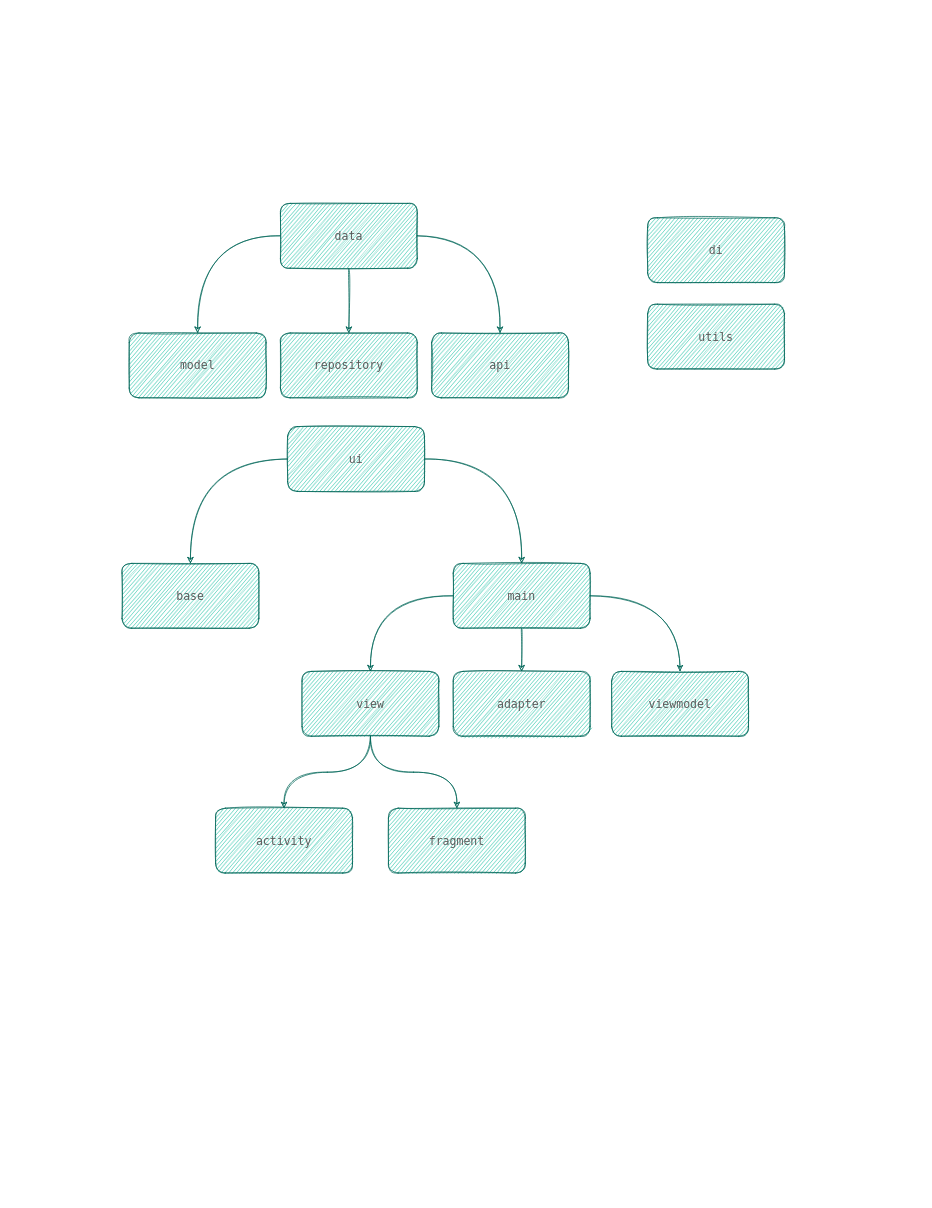
Above: MVVM-ANDROID-EXAM.drawio in elliot31878/MVVM (draw.io), before the change. Source tidied: cells renumbered, new cells numbered last; positions are measured from the earlier drawing's top-left corner, leaving out a move shared by most shapes. Both pictures are drawn from the tidied source at 72%, with x=0, y=0 at pixel (122, 203). Pictures stored in the file or linked from it are replaced by grey dashed boxes.
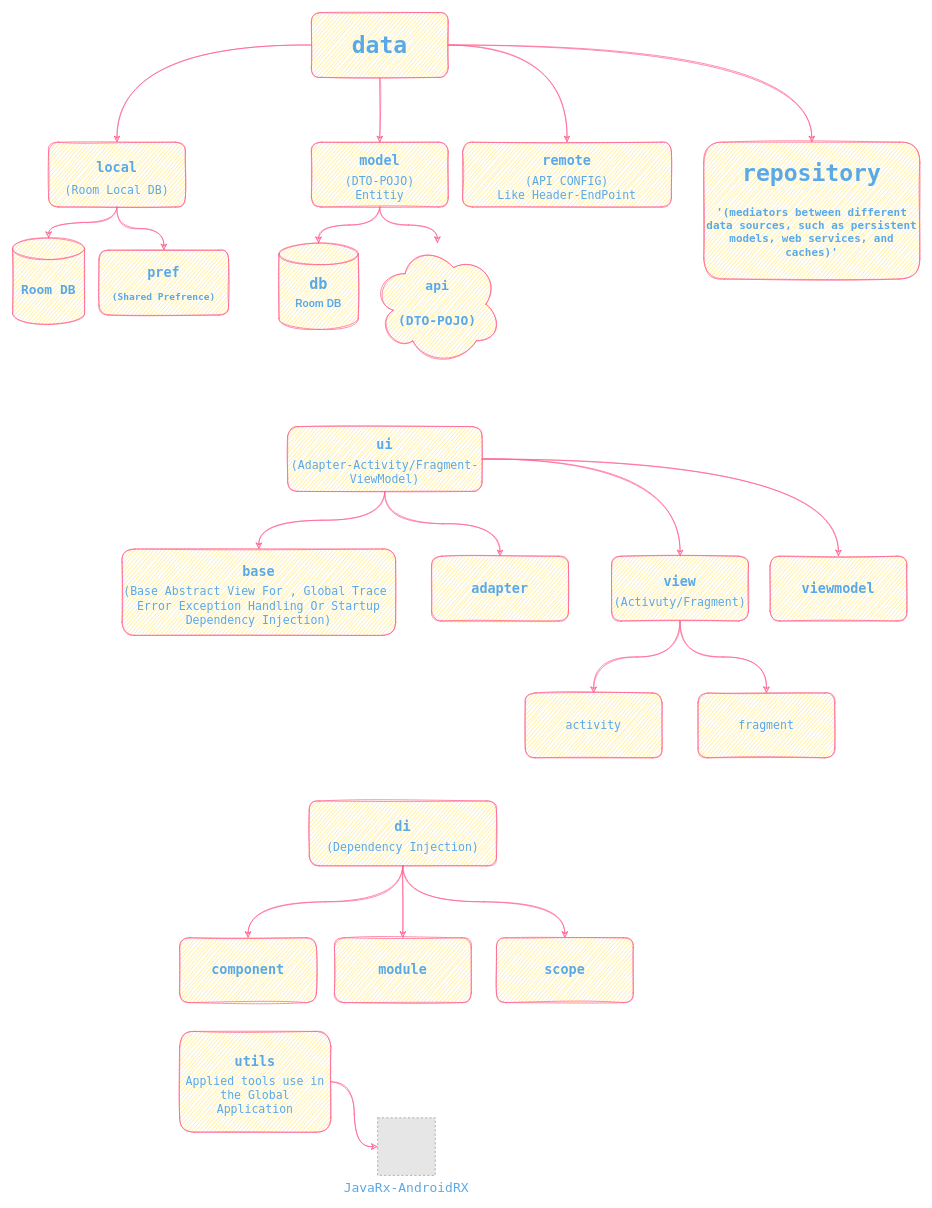
The same page after the edit.

Diff of the diagram source:
```diff
@@
+    <mxCell id="12" style="group;rounded=1;sketch=1;fontColor=#5AA9E6;" parent="1" vertex="1">
+      <mxGeometry y="310" width="890" height="450" as="geometry" />
+    </mxCell>
+    <mxCell id="14" value="&lt;div&gt;&lt;h3 style=&quot;line-height: 0%&quot;&gt;ui&lt;/h3&gt;&lt;/div&gt;&lt;div&gt;(Adapter-Activity/Fragment-ViewModel)&lt;br&gt;&lt;/div&gt;" style="whiteSpace=wrap;html=1;fontFamily=Lucida Console;fontSize=16;rounded=1;sketch=1;fillColor=#FFE45E;strokeColor=#FF6392;fontColor=#5AA9E6;" parent="12" vertex="1">
+      <mxGeometry x="230" width="270" height="90" as="geometry" />
+    </mxCell>
+    <mxCell id="16" value="&lt;div&gt;&lt;h3 style=&quot;line-height: 0%&quot;&gt;base&lt;/h3&gt;&lt;/div&gt;&lt;div&gt;(Base Abstract View For , Global Trace&amp;nbsp; Error Exception Handling Or Startup Dependency Injection)&lt;br&gt;&lt;/div&gt;" style="whiteSpace=wrap;html=1;fontFamily=Lucida Console;fontSize=16;rounded=1;sketch=1;fillColor=#FFE45E;strokeColor=#FF6392;fontColor=#5AA9E6;" parent="12" vertex="1">
+      <mxGeometry y="170" width="380" height="120" as="geometry" />
+    </mxCell>
+    <mxCell id="17" style="edgeStyle=orthogonalEdgeStyle;jettySize=auto;html=1;fontFamily=Lucida Console;fontSize=16;curved=1;sketch=1;strokeColor=#FF6392;fontColor=#5AA9E6;" parent="12" edge="1" source="14" target="16">
+      <mxGeometry relative="1" as="geometry" />
+    </mxCell>
+    <mxCell id="28" style="group;rounded=1;sketch=1;fontColor=#5AA9E6;" parent="12" vertex="1">
+      <mxGeometry x="560" y="180" width="530" height="280" as="geometry" />
+    </mxCell>
+    <mxCell id="18" value="activity" style="whiteSpace=wrap;html=1;fontFamily=Lucida Console;fontSize=16;rounded=1;sketch=1;fillColor=#FFE45E;strokeColor=#FF6392;fontColor=#5AA9E6;" parent="28" vertex="1">
+      <mxGeometry y="190" width="190" height="90" as="geometry" />
+    </mxCell>
+    <mxCell id="19" value="fragment" style="whiteSpace=wrap;html=1;fontFamily=Lucida Console;fontSize=16;rounded=1;sketch=1;fillColor=#FFE45E;strokeColor=#FF6392;fontColor=#5AA9E6;" parent="28" vertex="1">
+      <mxGeometry x="240" y="190" width="190" height="90" as="geometry" />
+    </mxCell>
+    <mxCell id="21" style="edgeStyle=orthogonalEdgeStyle;jettySize=auto;html=1;fontFamily=Lucida Console;fontSize=16;curved=1;sketch=1;strokeColor=#FF6392;fontColor=#5AA9E6;" parent="28" edge="1" source="23" target="18">
+      <mxGeometry relative="1" as="geometry" />
+    </mxCell>
+    <mxCell id="22" style="edgeStyle=orthogonalEdgeStyle;jettySize=auto;html=1;fontFamily=Lucida Console;fontSize=16;curved=1;sketch=1;strokeColor=#FF6392;fontColor=#5AA9E6;" parent="28" edge="1" source="23" target="19">
+      <mxGeometry relative="1" as="geometry" />
+    </mxCell>
+    <mxCell id="23" value="&lt;div&gt;&lt;h3 style=&quot;line-height: 0%&quot;&gt;view&lt;/h3&gt;&lt;/div&gt;&lt;div&gt;(Activuty/Fragment)&lt;br&gt;&lt;/div&gt;" style="whiteSpace=wrap;html=1;fontFamily=Lucida Console;fontSize=16;rounded=1;sketch=1;fillColor=#FFE45E;strokeColor=#FF6392;fontColor=#5AA9E6;" parent="28" vertex="1">
+      <mxGeometry x="120" width="190" height="90" as="geometry" />
+    </mxCell>
+    <mxCell id="24" value="&lt;h3&gt;viewmodel&lt;/h3&gt;" style="whiteSpace=wrap;html=1;fontFamily=Lucida Console;fontSize=16;rounded=1;sketch=1;fillColor=#FFE45E;strokeColor=#FF6392;fontColor=#5AA9E6;" parent="28" vertex="1">
+      <mxGeometry x="340" width="190" height="90" as="geometry" />
+    </mxCell>
+    <mxCell id="20" value="&lt;div&gt;&lt;h3&gt;adapter&lt;/h3&gt;&lt;/div&gt;" style="whiteSpace=wrap;html=1;fontFamily=Lucida Console;fontSize=16;rounded=1;sketch=1;fillColor=#FFE45E;strokeColor=#FF6392;fontColor=#5AA9E6;" parent="28" vertex="1">
+      <mxGeometry x="-130" width="190" height="90" as="geometry" />
+    </mxCell>
+    <mxCell id="13" style="edgeStyle=orthogonalEdgeStyle;jettySize=auto;html=1;fontFamily=Lucida Console;fontSize=16;entryX=0.5;entryY=0;entryDx=0;entryDy=0;curved=1;sketch=1;strokeColor=#FF6392;fontColor=#5AA9E6;" parent="12" edge="1" source="14" target="23">
+      <mxGeometry relative="1" as="geometry" />
+    </mxCell>
+    <mxCell id="29" style="edgeStyle=orthogonalEdgeStyle;jettySize=auto;html=1;exitX=1;exitY=0.5;exitDx=0;exitDy=0;curved=1;sketch=1;strokeColor=#FF6392;fontColor=#5AA9E6;" parent="12" edge="1" source="14" target="24">
+      <mxGeometry relative="1" as="geometry" />
+    </mxCell>
+    <mxCell id="30" style="edgeStyle=orthogonalEdgeStyle;jettySize=auto;html=1;curved=1;sketch=1;strokeColor=#FF6392;fontColor=#5AA9E6;" parent="12" edge="1" source="14" target="20">
+      <mxGeometry relative="1" as="geometry" />
+    </mxCell>
+    <mxCell id="31" style="group;rounded=1;sketch=1;fontColor=#5AA9E6;" parent="1" vertex="1">
+      <mxGeometry x="80" y="830" width="630" height="520" as="geometry" />
+    </mxCell>
+    <mxCell id="3" value="&lt;div&gt;&lt;h3 style=&quot;line-height: 0%&quot;&gt;utils&lt;/h3&gt;&lt;/div&gt;&lt;div&gt;Applied tools use in the Global Application&lt;br&gt;&lt;/div&gt;" style="whiteSpace=wrap;html=1;fontFamily=Lucida Console;fontSize=16;rounded=1;sketch=1;fillColor=#FFE45E;strokeColor=#FF6392;fontColor=#5AA9E6;" parent="31" vertex="1">
+      <mxGeometry y="320" width="210" height="140" as="geometry" />
+    </mxCell>
+    <mxCell id="32" style="group;rounded=1;sketch=1;fontColor=#5AA9E6;" parent="31" vertex="1">
+      <mxGeometry width="630" height="280" as="geometry" />
+    </mxCell>
+    <mxCell id="33" value="&lt;h3&gt;component&lt;/h3&gt;" style="whiteSpace=wrap;html=1;fontFamily=Lucida Console;fontSize=16;rounded=1;sketch=1;fillColor=#FFE45E;strokeColor=#FF6392;fontColor=#5AA9E6;" parent="32" vertex="1">
+      <mxGeometry y="190" width="190" height="90" as="geometry" />
+    </mxCell>
+    <mxCell id="34" value="&lt;div&gt;&lt;h3&gt;module&lt;/h3&gt;&lt;/div&gt;" style="whiteSpace=wrap;html=1;fontFamily=Lucida Console;fontSize=16;rounded=1;sketch=1;fillColor=#FFE45E;strokeColor=#FF6392;fontColor=#5AA9E6;" parent="32" vertex="1">
+      <mxGeometry x="215" y="190" width="190" height="90" as="geometry" />
+    </mxCell>
+    <mxCell id="35" value="&lt;h3&gt;scope&lt;/h3&gt;" style="whiteSpace=wrap;html=1;fontFamily=Lucida Console;fontSize=16;rounded=1;sketch=1;fillColor=#FFE45E;strokeColor=#FF6392;fontColor=#5AA9E6;" parent="32" vertex="1">
+      <mxGeometry x="440" y="190" width="190" height="90" as="geometry" />
+    </mxCell>
+    <mxCell id="36" style="group;rounded=1;sketch=1;fontColor=#5AA9E6;" parent="32" vertex="1">
+      <mxGeometry x="220" width="220" height="90" as="geometry" />
+    </mxCell>
-    <mxCell id="2" value="&lt;div&gt;di&lt;/div&gt;" style="whiteSpace=wrap;html=1;fontFamily=Lucida Console;fontSize=16;sketch=1;rounded=1;fillColor=#21C0A5;strokeColor=#006658;fontColor=#5C5C5C;" parent="1" vertex="1">
-      <mxGeometry x="730" y="20" width="190" height="90" as="geometry" />
+    <mxCell id="2" value="&lt;div&gt;&lt;h3 style=&quot;line-height: 0%&quot;&gt;di&lt;/h3&gt;&lt;/div&gt;&lt;div&gt;(Dependency Injection)&lt;br&gt;&lt;/div&gt;" style="whiteSpace=wrap;html=1;fontFamily=Lucida Console;fontSize=16;rounded=1;sketch=1;fillColor=#FFE45E;strokeColor=#FF6392;fontColor=#5AA9E6;" parent="36" vertex="1">
+      <mxGeometry x="-40" width="260" height="90" as="geometry" />
     </mxCell>
-    <mxCell id="3" value="utils" style="whiteSpace=wrap;html=1;fontFamily=Lucida Console;fontSize=16;sketch=1;rounded=1;fillColor=#21C0A5;strokeColor=#006658;fontColor=#5C5C5C;" parent="1" vertex="1">
-      <mxGeometry x="730" y="140" width="190" height="90" as="geometry" />
-    </mxCell>
+    <mxCell id="37" style="edgeStyle=orthogonalEdgeStyle;jettySize=auto;html=1;curved=1;sketch=1;strokeColor=#FF6392;fontColor=#5AA9E6;" parent="32" edge="1" source="2" target="34">
+      <mxGeometry relative="1" as="geometry" />
+    </mxCell>
+    <mxCell id="38" style="edgeStyle=orthogonalEdgeStyle;jettySize=auto;html=1;curved=1;sketch=1;strokeColor=#FF6392;fontColor=#5AA9E6;" parent="32" edge="1" source="2" target="33">
+      <mxGeometry relative="1" as="geometry" />
+    </mxCell>
+    <mxCell id="39" style="edgeStyle=orthogonalEdgeStyle;jettySize=auto;html=1;curved=1;sketch=1;strokeColor=#FF6392;fontColor=#5AA9E6;" parent="32" edge="1" source="2" target="35">
+      <mxGeometry relative="1" as="geometry" />
+    </mxCell>
+    <mxCell id="40" value="JavaRx-AndroidRX" style="fillColor=#E6E6E6;strokeColor=#999999;dashed=1;verticalLabelPosition=bottom;verticalAlign=top;fontFamily=Lucida Console;fontSize=18;fontColor=#5AA9E6;" parent="31" vertex="1">
+      <mxGeometry x="275" y="440" width="80" height="80" as="geometry" />
+    </mxCell>
+    <mxCell id="41" style="edgeStyle=orthogonalEdgeStyle;jettySize=auto;html=1;entryX=0;entryY=0.5;entryDx=0;entryDy=0;curved=1;sketch=1;strokeColor=#FF6392;fontColor=#5AA9E6;" parent="31" edge="1" source="3" target="40">
+      <mxGeometry relative="1" as="geometry" />
+    </mxCell>
+    <mxCell id="42" style="group;rounded=1;sketch=1;fontColor=#5AA9E6;" parent="1" vertex="1">
+      <mxGeometry x="-152" y="-265" width="1260" height="490" as="geometry" />
+    </mxCell>
-    <mxCell id="4" style="group;sketch=1;rounded=1;fontColor=#5C5C5C;" parent="1" vertex="1">
-      <mxGeometry x="10" width="610" height="270" as="geometry" />
+    <mxCell id="4" style="group;rounded=1;sketch=1;fontColor=#5AA9E6;" parent="42" vertex="1">
+      <mxGeometry x="205" width="710" height="270" as="geometry" />
     </mxCell>
-    <mxCell id="5" value="data" style="whiteSpace=wrap;html=1;fontFamily=Lucida Console;fontSize=16;sketch=1;rounded=1;fillColor=#21C0A5;strokeColor=#006658;fontColor=#5C5C5C;" parent="4" vertex="1">
+    <mxCell id="5" value="&lt;h1&gt;data&lt;/h1&gt;" style="whiteSpace=wrap;html=1;fontFamily=Lucida Console;fontSize=16;rounded=1;sketch=1;fillColor=#FFE45E;strokeColor=#FF6392;fontColor=#5AA9E6;" parent="4" vertex="1">
       <mxGeometry x="210" width="190" height="90" as="geometry" />
     </mxCell>
-    <mxCell id="6" value="model" style="whiteSpace=wrap;html=1;fontFamily=Lucida Console;fontSize=16;sketch=1;rounded=1;fillColor=#21C0A5;strokeColor=#006658;fontColor=#5C5C5C;" parent="4" vertex="1">
-      <mxGeometry y="180" width="190" height="90" as="geometry" />
-    </mxCell>
-    <mxCell id="7" style="edgeStyle=orthogonalEdgeStyle;jettySize=auto;html=1;fontFamily=Lucida Console;fontSize=16;sketch=1;curved=1;strokeColor=#006658;fontColor=#5C5C5C;" parent="4" edge="1" source="5" target="6">
-      <mxGeometry relative="1" as="geometry" />
-    </mxCell>
-    <mxCell id="8" value="api" style="whiteSpace=wrap;html=1;fontFamily=Lucida Console;fontSize=16;sketch=1;rounded=1;fillColor=#21C0A5;strokeColor=#006658;fontColor=#5C5C5C;" parent="4" vertex="1">
-      <mxGeometry x="420" y="180" width="190" height="90" as="geometry" />
+    <mxCell id="8" value="&lt;div&gt;&lt;h3 style=&quot;line-height: 0%&quot;&gt;remote&lt;/h3&gt;&lt;/div&gt;&lt;div&gt;(API CONFIG)&lt;/div&gt;&lt;div&gt;Like Header-EndPoint&lt;br&gt;&lt;/div&gt;" style="whiteSpace=wrap;html=1;fontFamily=Lucida Console;fontSize=16;rounded=1;sketch=1;fillColor=#FFE45E;strokeColor=#FF6392;fontColor=#5AA9E6;" parent="4" vertex="1">
+      <mxGeometry x="420" y="180" width="290" height="90" as="geometry" />
     </mxCell>
-    <mxCell id="9" style="edgeStyle=orthogonalEdgeStyle;jettySize=auto;html=1;fontFamily=Lucida Console;fontSize=16;sketch=1;curved=1;strokeColor=#006658;fontColor=#5C5C5C;" parent="4" edge="1" source="5" target="8">
+    <mxCell id="9" style="edgeStyle=orthogonalEdgeStyle;jettySize=auto;html=1;fontFamily=Lucida Console;fontSize=16;curved=1;sketch=1;strokeColor=#FF6392;fontColor=#5AA9E6;" parent="4" edge="1" source="5" target="8">
       <mxGeometry relative="1" as="geometry" />
     </mxCell>
-    <mxCell id="10" value="repository" style="whiteSpace=wrap;html=1;fontFamily=Lucida Console;fontSize=16;sketch=1;rounded=1;fillColor=#21C0A5;strokeColor=#006658;fontColor=#5C5C5C;" parent="4" vertex="1">
+    <mxCell id="10" value="&lt;div&gt;&lt;h3 style=&quot;line-height: 0%&quot;&gt;model&lt;/h3&gt;&lt;/div&gt;&lt;div&gt;(DTO-POJO)&lt;/div&gt;&lt;div&gt;Entitiy&lt;br&gt;&lt;/div&gt;" style="whiteSpace=wrap;html=1;fontFamily=Lucida Console;fontSize=16;rounded=1;sketch=1;fillColor=#FFE45E;strokeColor=#FF6392;fontColor=#5AA9E6;" parent="4" vertex="1">
       <mxGeometry x="210" y="180" width="190" height="90" as="geometry" />
     </mxCell>
-    <mxCell id="11" style="edgeStyle=orthogonalEdgeStyle;jettySize=auto;html=1;exitX=0.5;exitY=1;exitDx=0;exitDy=0;fontFamily=Lucida Console;fontSize=16;sketch=1;curved=1;strokeColor=#006658;fontColor=#5C5C5C;" parent="4" edge="1" source="5" target="10">
+    <mxCell id="11" style="edgeStyle=orthogonalEdgeStyle;jettySize=auto;html=1;exitX=0.5;exitY=1;exitDx=0;exitDy=0;fontFamily=Lucida Console;fontSize=16;curved=1;sketch=1;strokeColor=#FF6392;fontColor=#5AA9E6;" parent="4" edge="1" source="5" target="10">
       <mxGeometry relative="1" as="geometry" />
     </mxCell>
-    <mxCell id="12" style="group;sketch=1;rounded=1;fontColor=#5C5C5C;" parent="1" vertex="1">
-      <mxGeometry y="310" width="650" height="280" as="geometry" />
-    </mxCell>
-    <mxCell id="13" style="edgeStyle=orthogonalEdgeStyle;jettySize=auto;html=1;fontFamily=Lucida Console;fontSize=16;sketch=1;curved=1;strokeColor=#006658;fontColor=#5C5C5C;" parent="12" edge="1" source="14" target="15">
-      <mxGeometry relative="1" as="geometry" />
-    </mxCell>
-    <mxCell id="14" value="ui" style="whiteSpace=wrap;html=1;fontFamily=Lucida Console;fontSize=16;sketch=1;rounded=1;fillColor=#21C0A5;strokeColor=#006658;fontColor=#5C5C5C;" parent="12" vertex="1">
-      <mxGeometry x="230" width="190" height="90" as="geometry" />
-    </mxCell>
-    <mxCell id="15" value="main" style="whiteSpace=wrap;html=1;fontFamily=Lucida Console;fontSize=16;sketch=1;rounded=1;fillColor=#21C0A5;strokeColor=#006658;fontColor=#5C5C5C;" parent="12" vertex="1">
-      <mxGeometry x="460" y="190" width="190" height="90" as="geometry" />
-    </mxCell>
-    <mxCell id="16" value="base" style="whiteSpace=wrap;html=1;fontFamily=Lucida Console;fontSize=16;sketch=1;rounded=1;fillColor=#21C0A5;strokeColor=#006658;fontColor=#5C5C5C;" parent="12" vertex="1">
-      <mxGeometry y="190" width="190" height="90" as="geometry" />
-    </mxCell>
-    <mxCell id="17" style="edgeStyle=orthogonalEdgeStyle;jettySize=auto;html=1;fontFamily=Lucida Console;fontSize=16;sketch=1;curved=1;strokeColor=#006658;fontColor=#5C5C5C;" parent="12" edge="1" source="14" target="16">
-      <mxGeometry relative="1" as="geometry" />
-    </mxCell>
-    <mxCell id="18" value="activity" style="whiteSpace=wrap;html=1;fontFamily=Lucida Console;fontSize=16;sketch=1;rounded=1;fillColor=#21C0A5;strokeColor=#006658;fontColor=#5C5C5C;" parent="1" vertex="1">
-      <mxGeometry x="130" y="840" width="190" height="90" as="geometry" />
-    </mxCell>
-    <mxCell id="19" value="fragment" style="whiteSpace=wrap;html=1;fontFamily=Lucida Console;fontSize=16;sketch=1;rounded=1;fillColor=#21C0A5;strokeColor=#006658;fontColor=#5C5C5C;" parent="1" vertex="1">
-      <mxGeometry x="370" y="840" width="190" height="90" as="geometry" />
-    </mxCell>
-    <mxCell id="20" value="&lt;div&gt;adapter&lt;/div&gt;" style="whiteSpace=wrap;html=1;fontFamily=Lucida Console;fontSize=16;sketch=1;rounded=1;fillColor=#21C0A5;strokeColor=#006658;fontColor=#5C5C5C;" parent="1" vertex="1">
-      <mxGeometry x="460" y="650" width="190" height="90" as="geometry" />
-    </mxCell>
-    <mxCell id="21" style="edgeStyle=orthogonalEdgeStyle;jettySize=auto;html=1;fontFamily=Lucida Console;fontSize=16;sketch=1;curved=1;strokeColor=#006658;fontColor=#5C5C5C;" parent="1" edge="1" source="23" target="18">
-      <mxGeometry relative="1" as="geometry" />
-    </mxCell>
-    <mxCell id="22" style="edgeStyle=orthogonalEdgeStyle;jettySize=auto;html=1;fontFamily=Lucida Console;fontSize=16;sketch=1;curved=1;strokeColor=#006658;fontColor=#5C5C5C;" parent="1" edge="1" source="23" target="19">
-      <mxGeometry relative="1" as="geometry" />
-    </mxCell>
-    <mxCell id="23" value="view" style="whiteSpace=wrap;html=1;fontFamily=Lucida Console;fontSize=16;sketch=1;rounded=1;fillColor=#21C0A5;strokeColor=#006658;fontColor=#5C5C5C;" parent="1" vertex="1">
-      <mxGeometry x="250" y="650" width="190" height="90" as="geometry" />
-    </mxCell>
-    <mxCell id="24" value="viewmodel" style="whiteSpace=wrap;html=1;fontFamily=Lucida Console;fontSize=16;sketch=1;rounded=1;fillColor=#21C0A5;strokeColor=#006658;fontColor=#5C5C5C;" parent="1" vertex="1">
-      <mxGeometry x="680" y="650" width="190" height="90" as="geometry" />
-    </mxCell>
-    <mxCell id="25" style="edgeStyle=orthogonalEdgeStyle;jettySize=auto;html=1;fontFamily=Lucida Console;fontSize=16;sketch=1;curved=1;strokeColor=#006658;fontColor=#5C5C5C;" parent="1" edge="1" source="15" target="20">
-      <mxGeometry relative="1" as="geometry" />
-    </mxCell>
-    <mxCell id="26" style="edgeStyle=orthogonalEdgeStyle;jettySize=auto;html=1;fontFamily=Lucida Console;fontSize=16;sketch=1;curved=1;strokeColor=#006658;fontColor=#5C5C5C;" parent="1" edge="1" source="15" target="23">
-      <mxGeometry relative="1" as="geometry" />
-    </mxCell>
-    <mxCell id="27" style="edgeStyle=orthogonalEdgeStyle;jettySize=auto;html=1;fontFamily=Lucida Console;fontSize=16;sketch=1;curved=1;strokeColor=#006658;fontColor=#5C5C5C;" parent="1" edge="1" source="15" target="24">
-      <mxGeometry relative="1" as="geometry" />
-    </mxCell>
+    <mxCell id="43" value="&lt;div&gt;&lt;h1&gt;repository&lt;/h1&gt;&lt;/div&gt;&lt;div style=&quot;font-size: 18.28px&quot;&gt;&lt;h5&gt;'(mediators between different data sources, such as persistent models, web services, and caches)'&lt;/h5&gt;&lt;/div&gt;" style="whiteSpace=wrap;html=1;fontFamily=Lucida Console;fontSize=16;rounded=1;sketch=1;fillColor=#FFE45E;strokeColor=#FF6392;fontColor=#5AA9E6;" parent="42" vertex="1">
+      <mxGeometry x="960" y="180" width="300" height="190" as="geometry" />
+    </mxCell>
+    <mxCell id="44" style="edgeStyle=orthogonalEdgeStyle;jettySize=auto;html=1;curved=1;sketch=1;strokeColor=#FF6392;fontColor=#5AA9E6;" parent="42" edge="1" source="5" target="43">
+      <mxGeometry relative="1" as="geometry" />
+    </mxCell>
+    <mxCell id="45" value="&lt;h2&gt;&lt;font face=&quot;Lucida Console&quot;&gt;Room DB&lt;/font&gt;&lt;/h2&gt;" style="shape=cylinder3;whiteSpace=wrap;html=1;boundedLbl=1;backgroundOutline=1;size=15;rounded=1;sketch=1;fillColor=#FFE45E;strokeColor=#FF6392;fontColor=#5AA9E6;" parent="42" vertex="1">
+      <mxGeometry y="313" width="100" height="120" as="geometry" />
+    </mxCell>
+    <mxCell id="46" value="&lt;div&gt;&lt;h3&gt;pref&lt;/h3&gt;&lt;div style=&quot;line-height: 0%&quot;&gt;&lt;h5&gt;(Shared Prefrence)&lt;/h5&gt;&lt;/div&gt;&lt;/div&gt;" style="whiteSpace=wrap;html=1;fontFamily=Lucida Console;fontSize=16;rounded=1;sketch=1;fillColor=#FFE45E;strokeColor=#FF6392;fontColor=#5AA9E6;" parent="42" vertex="1">
+      <mxGeometry x="120" y="330" width="180" height="90" as="geometry" />
+    </mxCell>
+    <mxCell id="47" style="edgeStyle=orthogonalEdgeStyle;jettySize=auto;html=1;entryX=0.5;entryY=0;entryDx=0;entryDy=0;curved=1;sketch=1;strokeColor=#FF6392;fontColor=#5AA9E6;" parent="42" edge="1" source="6" target="46">
+      <mxGeometry relative="1" as="geometry" />
+    </mxCell>
+    <mxCell id="48" style="edgeStyle=orthogonalEdgeStyle;jettySize=auto;html=1;curved=1;sketch=1;strokeColor=#FF6392;fontColor=#5AA9E6;" parent="42" edge="1" source="6" target="45">
+      <mxGeometry relative="1" as="geometry" />
+    </mxCell>
+    <mxCell id="6" value="&lt;div style=&quot;line-height: 30%&quot;&gt;&lt;h3&gt;local&lt;/h3&gt;&lt;/div&gt;&lt;div&gt;(Room Local DB)&lt;br&gt;&lt;/div&gt;" style="whiteSpace=wrap;html=1;fontFamily=Lucida Console;fontSize=16;rounded=1;sketch=1;fillColor=#FFE45E;strokeColor=#FF6392;fontColor=#5AA9E6;" parent="42" vertex="1">
+      <mxGeometry x="50" y="180" width="190" height="90" as="geometry" />
+    </mxCell>
+    <mxCell id="7" style="edgeStyle=orthogonalEdgeStyle;jettySize=auto;html=1;fontFamily=Lucida Console;fontSize=16;curved=1;sketch=1;strokeColor=#FF6392;fontColor=#5AA9E6;" parent="42" edge="1" source="5" target="6">
+      <mxGeometry relative="1" as="geometry" />
+    </mxCell>
+    <mxCell id="49" value="&lt;h3&gt;&lt;font style=&quot;font-size: 21px&quot; face=&quot;Lucida Console&quot;&gt;db&lt;/font&gt;&lt;/h3&gt;&lt;div&gt;&lt;h3 style=&quot;line-height: 0%&quot;&gt;Room DB&lt;br&gt;&lt;/h3&gt;&lt;/div&gt;&lt;div&gt;&lt;br&gt;&lt;/div&gt;&lt;div style=&quot;line-height: 0%&quot;&gt;&lt;br&gt;&lt;/div&gt;" style="shape=cylinder3;whiteSpace=wrap;html=1;boundedLbl=1;backgroundOutline=1;size=15;rounded=1;sketch=1;fillColor=#FFE45E;strokeColor=#FF6392;fontColor=#5AA9E6;" parent="42" vertex="1">
+      <mxGeometry x="370" y="320" width="110" height="120" as="geometry" />
+    </mxCell>
+    <mxCell id="50" style="edgeStyle=orthogonalEdgeStyle;jettySize=auto;html=1;curved=1;sketch=1;strokeColor=#FF6392;fontColor=#5AA9E6;" parent="42" edge="1" source="10" target="49">
+      <mxGeometry relative="1" as="geometry" />
+    </mxCell>
+    <mxCell id="51" value="&lt;p style=&quot;line-height: 50% ; font-size: 18px&quot;&gt;&lt;/p&gt;&lt;div style=&quot;font-size: 18px&quot;&gt;&lt;h3&gt;&lt;font style=&quot;font-size: 18px ; line-height: 0%&quot; face=&quot;Lucida Console&quot;&gt;api&lt;/font&gt;&lt;/h3&gt;&lt;/div&gt;&lt;div style=&quot;font-size: 18px&quot;&gt;&lt;h3&gt;&lt;font style=&quot;font-size: 18px ; line-height: 180%&quot; face=&quot;Lucida Console&quot;&gt;(DTO-POJO)&lt;br&gt;&lt;/font&gt;&lt;/h3&gt;&lt;/div&gt;&lt;p style=&quot;font-size: 18px&quot;&gt;&lt;/p&gt;" style="ellipse;shape=cloud;whiteSpace=wrap;html=1;rounded=1;sketch=1;fillColor=#FFE45E;strokeColor=#FF6392;fontColor=#5AA9E6;" parent="42" vertex="1">
+      <mxGeometry x="500" y="320" width="180" height="170" as="geometry" />
+    </mxCell>
+    <mxCell id="52" style="edgeStyle=orthogonalEdgeStyle;jettySize=auto;html=1;curved=1;sketch=1;strokeColor=#FF6392;fontColor=#5AA9E6;" parent="42" edge="1" source="10" target="51">
+      <mxGeometry relative="1" as="geometry" />
+    </mxCell>
```
